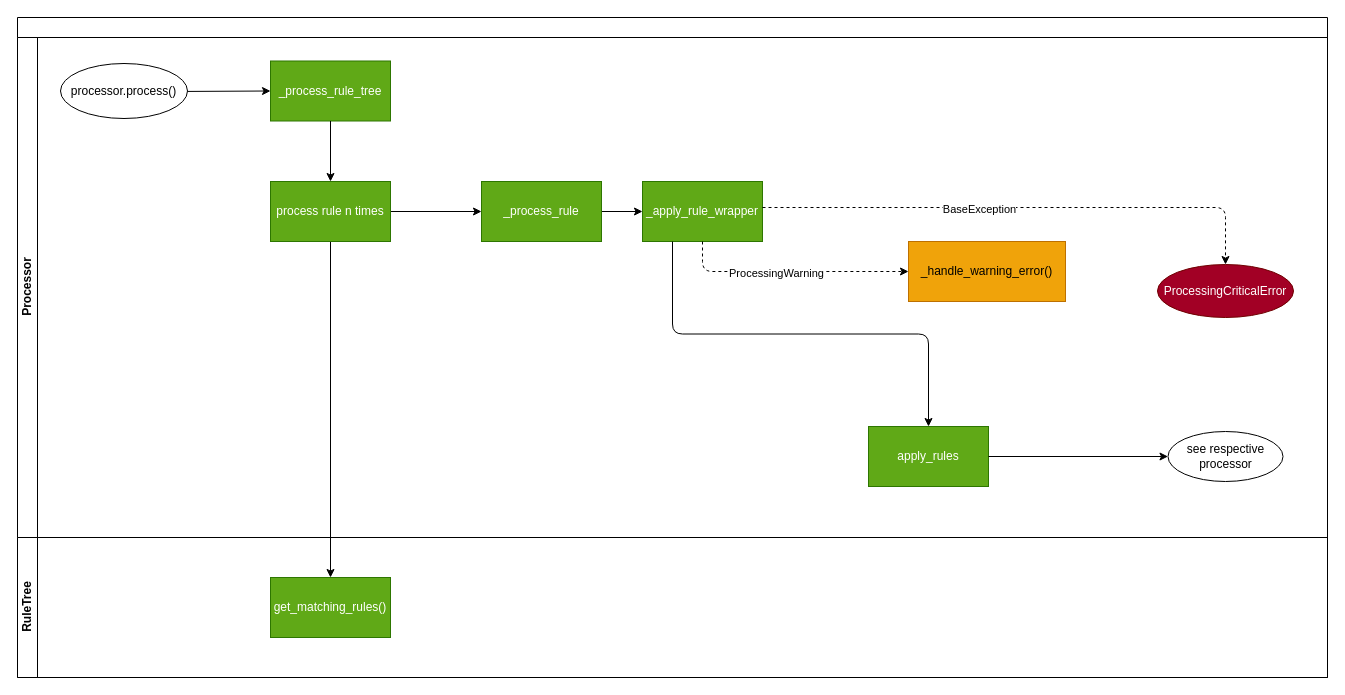
Above: page "Process" (1 of 23) of doc/source/development/architecture/diagramms/process.drawio in fkie-cad/Logprep (draw.io), before the change. Source tidied: cells renumbered, new cells numbered last; positions are measured from the earlier drawing's top-left corner, leaving out a move shared by most shapes. Both pictures are drawn from the tidied source at 100%, with x=0, y=0 at pixel (17, 17).
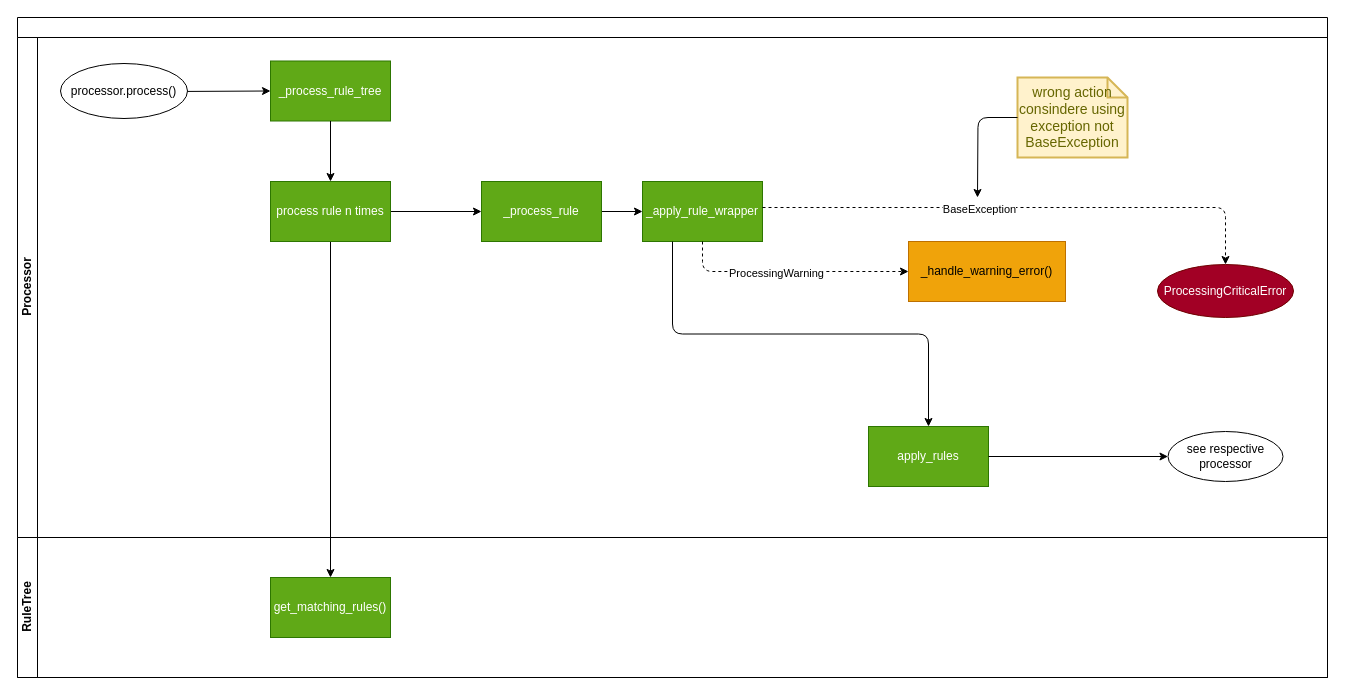
After the change.

Commit message (it also covers changes not shown here):
update diagram processor and pipeline

Unchanged cells that the change refers to:
```xml
<mxCell id="3" value="Processor&lt;br&gt;" style="swimlane;startSize=20;horizontal=0;html=1;" parent="2" vertex="1">
  <mxGeometry y="20" width="1310" height="500" as="geometry" />
</mxCell>
```

Change to the diagram source:
```diff
@@
+    <mxCell id="26" value="wrong action consindere using exception not BaseException" style="shape=note;strokeWidth=2;fontSize=14;size=20;whiteSpace=wrap;html=1;fillColor=#fff2cc;strokeColor=#d6b656;fontColor=#666600;" parent="3" vertex="1">
+      <mxGeometry x="1000" y="40" width="110" height="80" as="geometry" />
+    </mxCell>
@@
+    <mxCell id="27" style="edgeStyle=orthogonalEdgeStyle;jumpStyle=arc;html=1;" parent="1" edge="1" source="26">
+      <mxGeometry relative="1" as="geometry">
+        <mxPoint x="960" y="180" as="targetPoint" />
+      </mxGeometry>
+    </mxCell>
```
